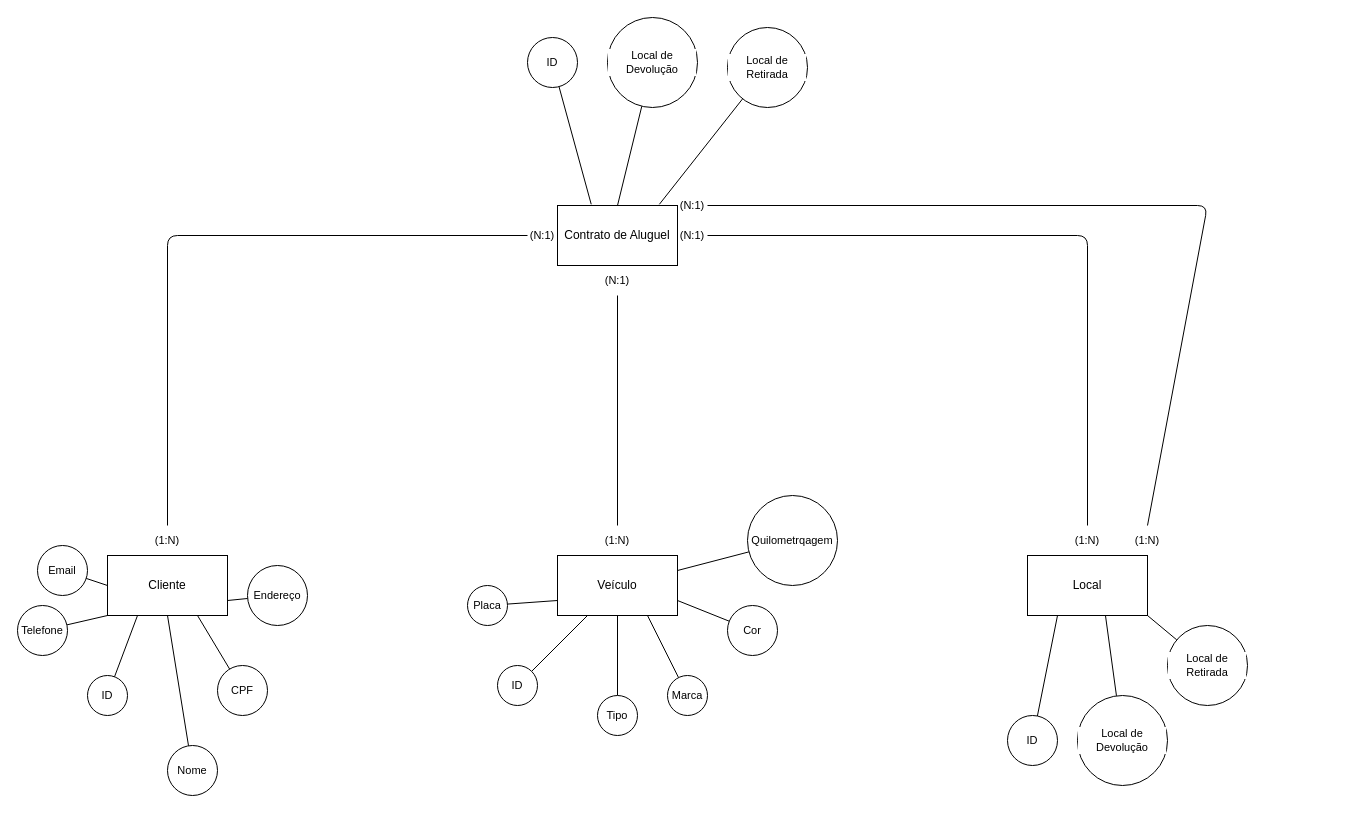
This is page "Sistema de Aluguel de Carros" (1 of 3) of BD/Exercicios_DER/exercicios_DER_2.drawio from marcel-aita/DEVNOITE, a draw.io file, before an edit. Source tidied: cells renumbered, new cells numbered last; positions are measured from the earlier drawing's top-left corner, leaving out a move shared by most shapes. Both pictures are drawn from the tidied source at 100%, with x=0, y=0 at pixel (17, 17).
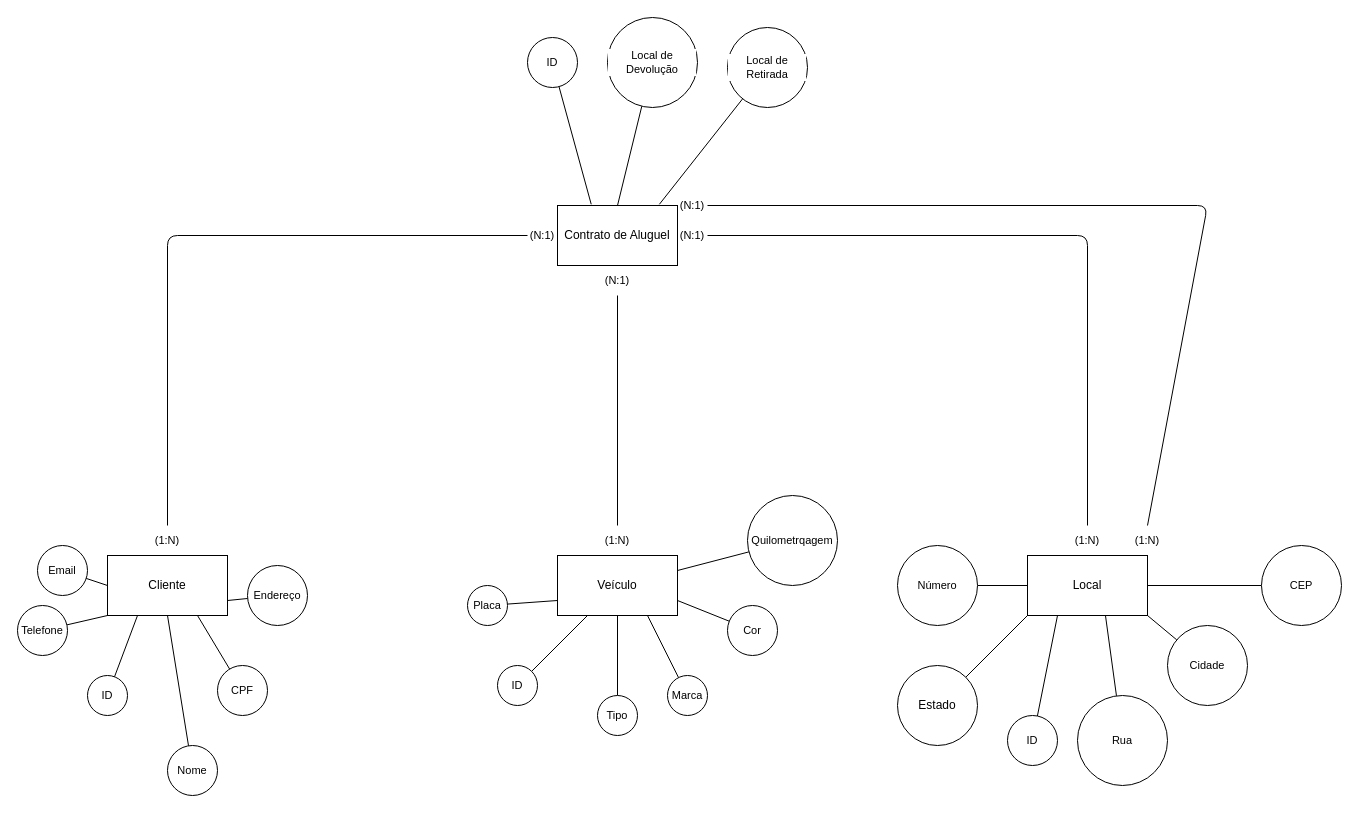
The same diagram, later.

Unchanged cells that the change refers to:
```xml
<mxCell id="24" value="Local" style="rounded=0;whiteSpace=wrap;html=1;" parent="1" vertex="1">
  <mxGeometry x="1010" y="538" width="120" height="60" as="geometry" />
</mxCell>
```

Diff of the diagram source:
```diff
@@
+    <mxCell id="62" style="edgeStyle=none;html=1;exitX=0;exitY=1;exitDx=0;exitDy=0;endArrow=none;endFill=0;" parent="1" edge="1" source="24" target="65">
+      <mxGeometry relative="1" as="geometry" />
+    </mxCell>
+    <mxCell id="63" style="edgeStyle=none;html=1;exitX=1;exitY=0.5;exitDx=0;exitDy=0;endArrow=none;endFill=0;" parent="1" edge="1" source="24" target="66">
+      <mxGeometry relative="1" as="geometry" />
+    </mxCell>
+    <mxCell id="64" style="edgeStyle=none;shape=connector;rounded=1;html=1;exitX=0;exitY=0.5;exitDx=0;exitDy=0;strokeColor=default;align=center;verticalAlign=middle;fontFamily=Helvetica;fontSize=11;fontColor=default;labelBackgroundColor=default;endArrow=none;endFill=0;" parent="1" edge="1" source="24" target="67">
+      <mxGeometry relative="1" as="geometry" />
+    </mxCell>
@@
-    <mxCell id="45" value="Local de Devolução" style="ellipse;whiteSpace=wrap;html=1;strokeColor=default;align=center;verticalAlign=middle;fontFamily=Helvetica;fontSize=11;fontColor=default;labelBackgroundColor=default;fillColor=default;" parent="1" vertex="1">
+    <mxCell id="45" value="Rua" style="ellipse;whiteSpace=wrap;html=1;strokeColor=default;align=center;verticalAlign=middle;fontFamily=Helvetica;fontSize=11;fontColor=default;labelBackgroundColor=default;fillColor=default;" parent="1" vertex="1">
       <mxGeometry x="1060" y="678" width="90" height="90" as="geometry" />
     </mxCell>
-    <mxCell id="46" value="Local de Retirada" style="ellipse;whiteSpace=wrap;html=1;strokeColor=default;align=center;verticalAlign=middle;fontFamily=Helvetica;fontSize=11;fontColor=default;labelBackgroundColor=default;fillColor=default;" parent="1" vertex="1">
+    <mxCell id="46" value="Cidade" style="ellipse;whiteSpace=wrap;html=1;strokeColor=default;align=center;verticalAlign=middle;fontFamily=Helvetica;fontSize=11;fontColor=default;labelBackgroundColor=default;fillColor=default;" parent="1" vertex="1">
       <mxGeometry x="1150" y="608" width="80" height="80" as="geometry" />
     </mxCell>
@@
+    <mxCell id="65" value="Estado" style="ellipse;whiteSpace=wrap;html=1;" parent="1" vertex="1">
+      <mxGeometry x="880" y="648" width="80" height="80" as="geometry" />
+    </mxCell>
+    <mxCell id="66" value="CEP" style="ellipse;whiteSpace=wrap;html=1;fontFamily=Helvetica;fontSize=11;fontColor=default;labelBackgroundColor=default;" parent="1" vertex="1">
+      <mxGeometry x="1244" y="528" width="80" height="80" as="geometry" />
+    </mxCell>
+    <mxCell id="67" value="Número" style="ellipse;whiteSpace=wrap;html=1;fontFamily=Helvetica;fontSize=11;fontColor=default;labelBackgroundColor=default;" parent="1" vertex="1">
+      <mxGeometry x="880" y="528" width="80" height="80" as="geometry" />
+    </mxCell>
```
